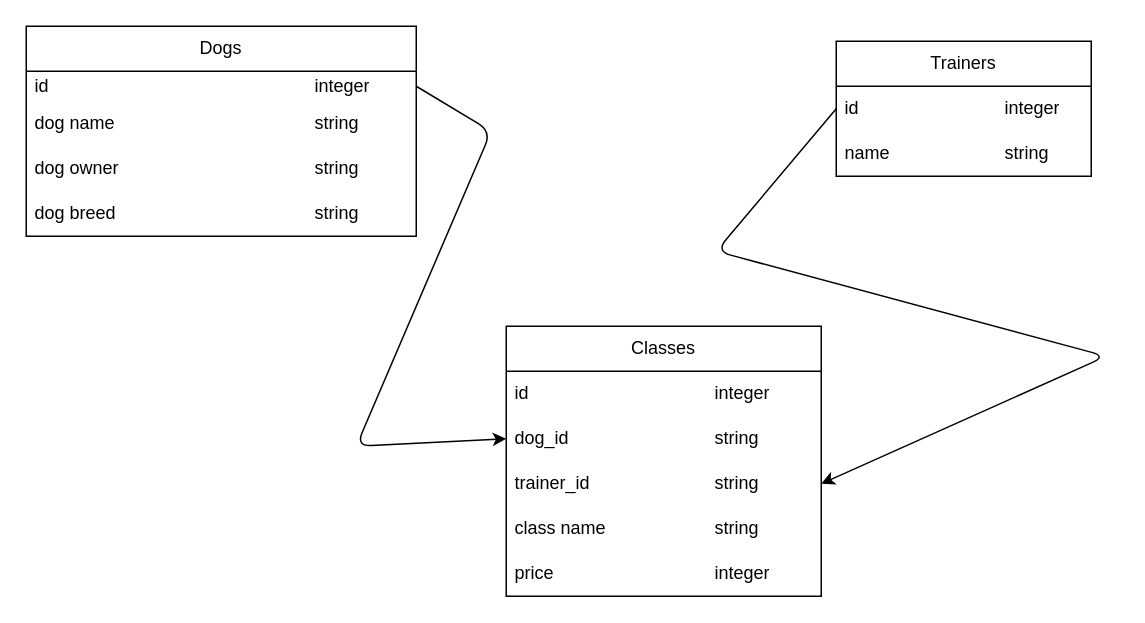
The draw.io diagram *.drawio in knowicki024/dog-trainers-app, before the edit. Source tidied: cells renumbered, new cells numbered last; positions are measured from the earlier drawing's top-left corner, leaving out a move shared by most shapes. Both pictures are drawn from the tidied source at 150%, with x=0, y=0 at pixel (26, 26).
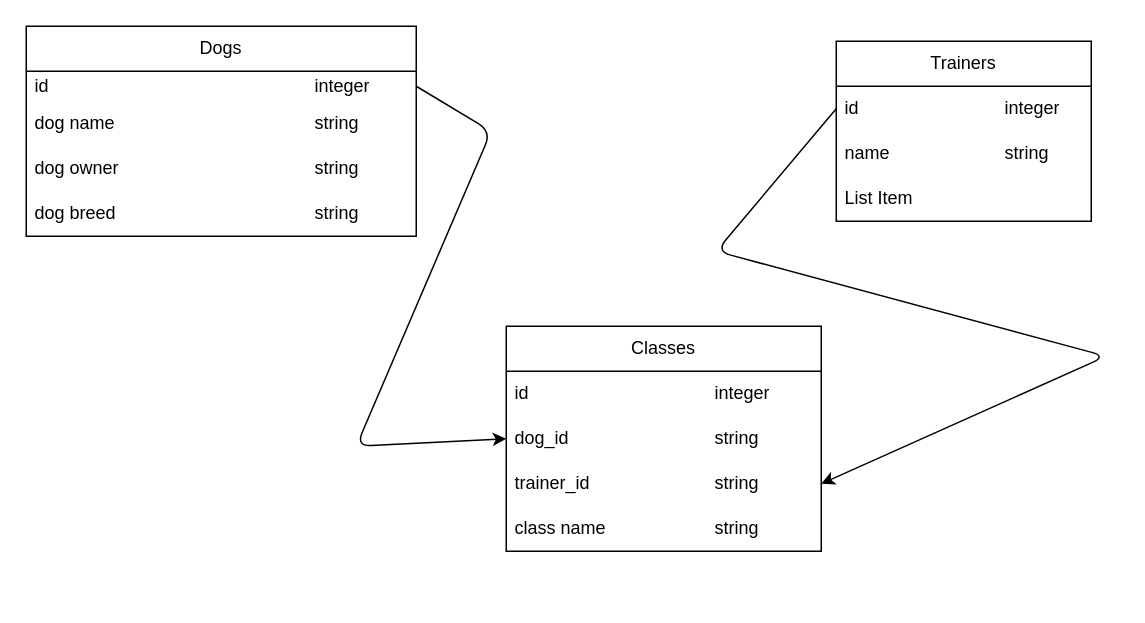
The same page after the edit.

What changed in the source:
```diff
@@
     <mxCell id="7" value="Classes" style="swimlane;fontStyle=0;horizontal=1;startSize=30;whiteSpace=wrap;html=1;" parent="1" vertex="1">
-      <mxGeometry x="320" y="200" width="210" height="180" as="geometry" />
+      <mxGeometry x="320" y="200" width="210" height="150" as="geometry" />
     </mxCell>
@@
-    <mxCell id="12" value="price&lt;span style=&quot;white-space: pre;&quot;&gt;&#9;&lt;/span&gt;&lt;span style=&quot;white-space: pre;&quot;&gt;&#9;&lt;/span&gt;&lt;span style=&quot;white-space: pre;&quot;&gt;&#9;&lt;/span&gt;&lt;span style=&quot;white-space: pre;&quot;&gt;&#9;&lt;/span&gt;integer" style="text;strokeColor=none;fillColor=none;align=left;verticalAlign=middle;spacingLeft=4;spacingRight=4;overflow=hidden;whiteSpace=wrap;html=1;" parent="7" vertex="1">
-      <mxGeometry y="150" width="210" height="30" as="geometry" />
-    </mxCell>
     <mxCell id="13" value="Trainers" style="swimlane;fontStyle=0;horizontal=1;startSize=30;whiteSpace=wrap;html=1;" parent="1" vertex="1">
-      <mxGeometry x="540" y="10" width="170" height="90" as="geometry" />
+      <mxGeometry x="540" y="10" width="170" height="120" as="geometry" />
     </mxCell>
@@
+    <mxCell id="18" value="List Item" style="text;strokeColor=none;fillColor=none;align=left;verticalAlign=middle;spacingLeft=4;spacingRight=4;overflow=hidden;whiteSpace=wrap;html=1;" parent="13" vertex="1">
+      <mxGeometry y="90" width="170" height="30" as="geometry" />
+    </mxCell>
```
